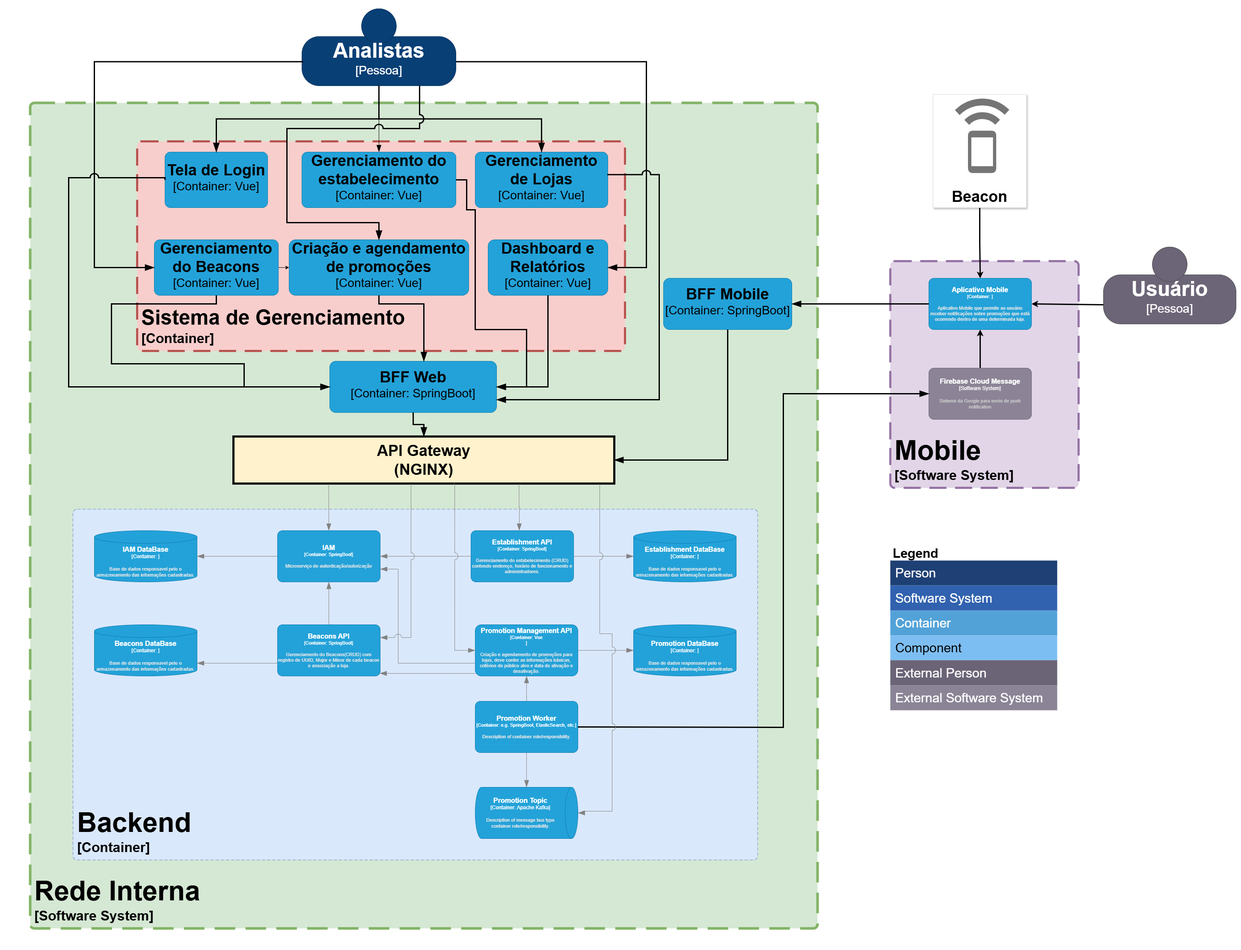
The draw.io diagram arquitetura-container.png in dickson-souza-projects/arq-soft-distrib-puc-minas-2025-java, before a commit. Source tidied: cells renumbered, new cells last; positions are measured from the earlier drawing's top-left corner, leaving out a move shared by most shapes.
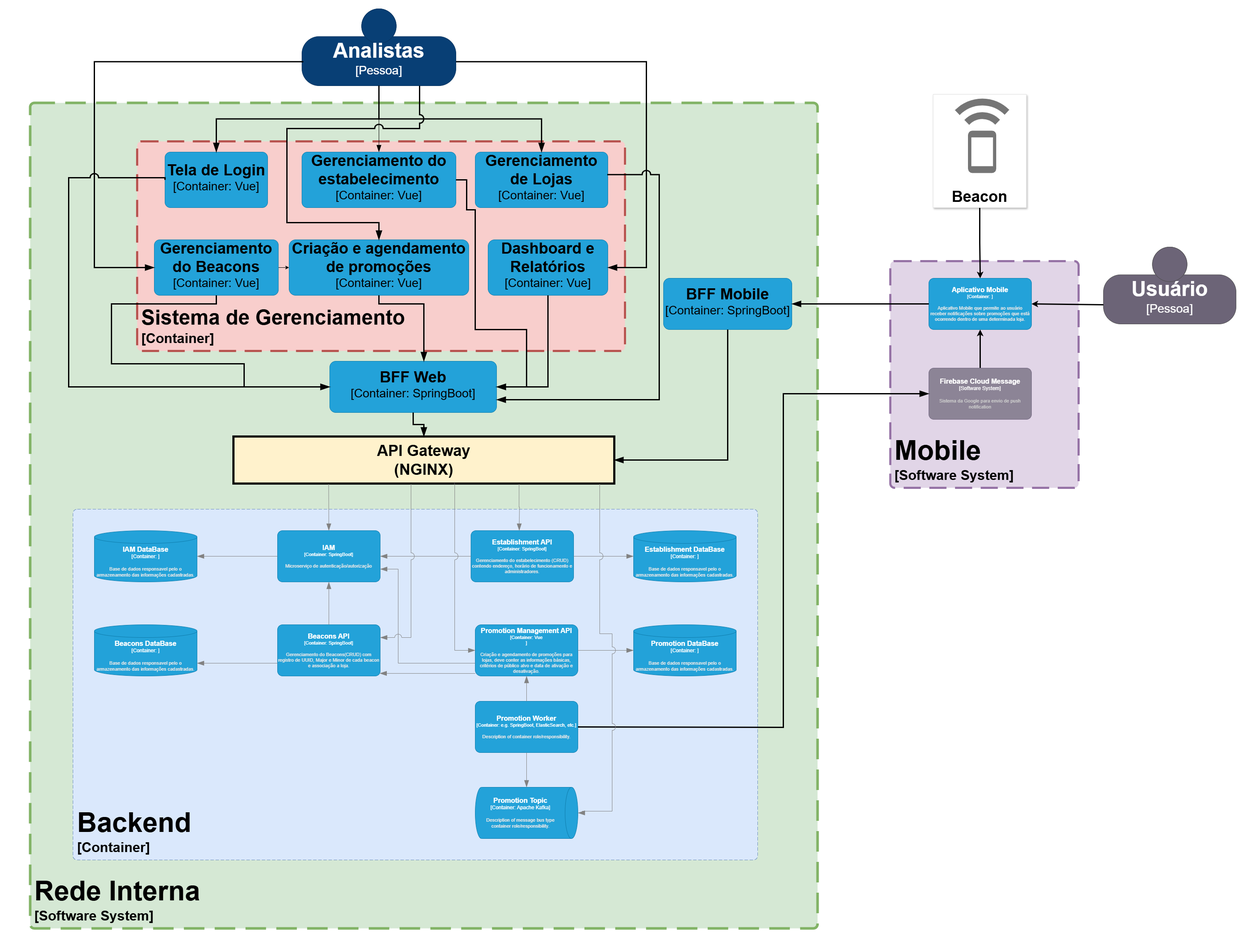
After the commit.

Commit message:
Remoção da legenda em virtude de novas cores e não necessidade dela para explicar as partes do diagrama

The edit, as a diff of the source:
```diff
@@ -135,45 +135,6 @@
         </mxGeometry>
       </mxCell>
     </object>
-    <mxCell id="27" value="Legend" style="shape=table;startSize=40;fontSize=30;align=left;verticalAlign=top;fillColor=none;strokeColor=none;fontColor=#000000;fontStyle=1;spacingLeft=6;spacing=0;" parent="1" vertex="1">
-      <mxGeometry x="2080" y="1270" width="390" height="390" as="geometry" />
-    </mxCell>
-    <mxCell id="28" style="shape=tableRow;horizontal=0;startSize=0;swimlaneHead=0;swimlaneBody=0;strokeColor=inherit;top=0;left=0;bottom=0;right=0;fillColor=none;fontSize=12;" parent="27" vertex="1">
-      <mxGeometry y="40" width="390" height="58" as="geometry" />
-    </mxCell>
-    <mxCell id="29" value="Person" style="shape=partialRectangle;html=1;whiteSpace=wrap;strokeColor=inherit;overflow=hidden;fillColor=#1E4074;top=0;left=0;bottom=0;right=0;fontSize=30;align=left;fontColor=#FFFFFF;gradientColor=none;spacingLeft=10;spacingRight=4;" parent="28" vertex="1">
-      <mxGeometry width="390" height="58" as="geometry" />
-    </mxCell>
-    <mxCell id="30" style="shape=tableRow;horizontal=0;startSize=0;swimlaneHead=0;swimlaneBody=0;strokeColor=inherit;top=0;left=0;bottom=0;right=0;fillColor=none;fontSize=12;" parent="27" vertex="1">
-      <mxGeometry y="98" width="390" height="59" as="geometry" />
-    </mxCell>
-    <mxCell id="31" value="Software System" style="shape=partialRectangle;html=1;whiteSpace=wrap;strokeColor=inherit;overflow=hidden;fillColor=#3162AF;top=0;left=0;bottom=0;right=0;fontSize=30;align=left;fontColor=#FFFFFF;gradientColor=none;spacingLeft=10;spacingRight=4;" parent="30" vertex="1">
-      <mxGeometry width="390" height="59" as="geometry" />
-    </mxCell>
-    <mxCell id="32" style="shape=tableRow;horizontal=0;startSize=0;swimlaneHead=0;swimlaneBody=0;strokeColor=inherit;top=0;left=0;bottom=0;right=0;fillColor=none;fontSize=12;" parent="27" vertex="1">
-      <mxGeometry y="157" width="390" height="58" as="geometry" />
-    </mxCell>
-    <mxCell id="33" value="Container" style="shape=partialRectangle;html=1;whiteSpace=wrap;strokeColor=inherit;overflow=hidden;fillColor=#52a2d8;top=0;left=0;bottom=0;right=0;fontSize=30;align=left;fontColor=#FFFFFF;gradientColor=none;spacingLeft=10;spacingRight=4;" parent="32" vertex="1">
-      <mxGeometry width="390" height="58" as="geometry" />
-    </mxCell>
-    <mxCell id="34" style="shape=tableRow;horizontal=0;startSize=0;swimlaneHead=0;swimlaneBody=0;strokeColor=inherit;top=0;left=0;bottom=0;right=0;fillColor=none;fontSize=12;fontColor=#000000;" parent="27" vertex="1">
-      <mxGeometry y="215" width="390" height="58" as="geometry" />
-    </mxCell>
-    <mxCell id="35" value="Component" style="shape=partialRectangle;html=1;whiteSpace=wrap;strokeColor=inherit;overflow=hidden;fillColor=#7dbef2;top=0;left=0;bottom=0;right=0;fontSize=30;align=left;fontColor=#000000;gradientColor=none;spacingLeft=10;spacingRight=4;" parent="34" vertex="1">
-      <mxGeometry width="390" height="58" as="geometry" />
-    </mxCell>
-    <mxCell id="36" style="shape=tableRow;horizontal=0;startSize=0;swimlaneHead=0;swimlaneBody=0;strokeColor=inherit;top=0;left=0;bottom=0;right=0;fillColor=none;fontSize=12;" parent="27" vertex="1">
-      <mxGeometry y="273" width="390" height="59" as="geometry" />
-    </mxCell>
-    <mxCell id="37" value="External Person" style="shape=partialRectangle;html=1;whiteSpace=wrap;strokeColor=inherit;overflow=hidden;fillColor=#6b6477;top=0;left=0;bottom=0;right=0;fontSize=30;align=left;fontColor=#FFFFFF;gradientColor=none;spacingLeft=10;spacingRight=4;" parent="36" vertex="1">
-      <mxGeometry width="390" height="59" as="geometry" />
-    </mxCell>
-    <mxCell id="38" style="shape=tableRow;horizontal=0;startSize=0;swimlaneHead=0;swimlaneBody=0;strokeColor=inherit;top=0;left=0;bottom=0;right=0;fillColor=none;fontSize=12;" parent="27" vertex="1">
-      <mxGeometry y="332" width="390" height="58" as="geometry" />
-    </mxCell>
-    <mxCell id="39" value="External Software System" style="shape=partialRectangle;html=1;whiteSpace=wrap;strokeColor=inherit;overflow=hidden;fillColor=#8b8496;top=0;left=0;bottom=0;right=0;fontSize=30;align=left;fontColor=#FFFFFF;gradientColor=none;spacingLeft=10;spacingRight=4;" parent="38" vertex="1">
-      <mxGeometry width="390" height="58" as="geometry" />
-    </mxCell>
     <object id="40" label="&lt;font style=&quot;font-size: 16px&quot;&gt;&lt;b&gt;%c4Name%&lt;/b&gt;&lt;/font&gt;&lt;div&gt;[%c4Type%: %c4Technology%]&lt;/div&gt;&lt;br&gt;&lt;div&gt;&lt;font style=&quot;font-size: 11px&quot;&gt;&lt;font color=&quot;#E6E6E6&quot;&gt;%c4Description%&lt;/font&gt;&lt;/div&gt;" c4Description="Microserviço de autenticação/autorização" c4Name="IAM" c4Technology="SpringBoot" c4Type="Container" placeholders="1">
       <mxCell style="rounded=1;whiteSpace=wrap;html=1;fontSize=11;labelBackgroundColor=none;fillColor=#23A2D9;fontColor=#ffffff;align=center;arcSize=10;strokeColor=#0E7DAD;points=[[0.25,0,0],[0.5,0,0],[0.75,0,0],[1,0.25,0],[1,0.5,0],[1,0.75,0],[0.75,1,0],[0.5,1,0],[0.25,1,0],[0,0.75,0],[0,0.5,0],[0,0.25,0]];" parent="1" vertex="1">
         <mxGeometry x="648" y="1240" width="240" height="120" as="geometry" />
```
